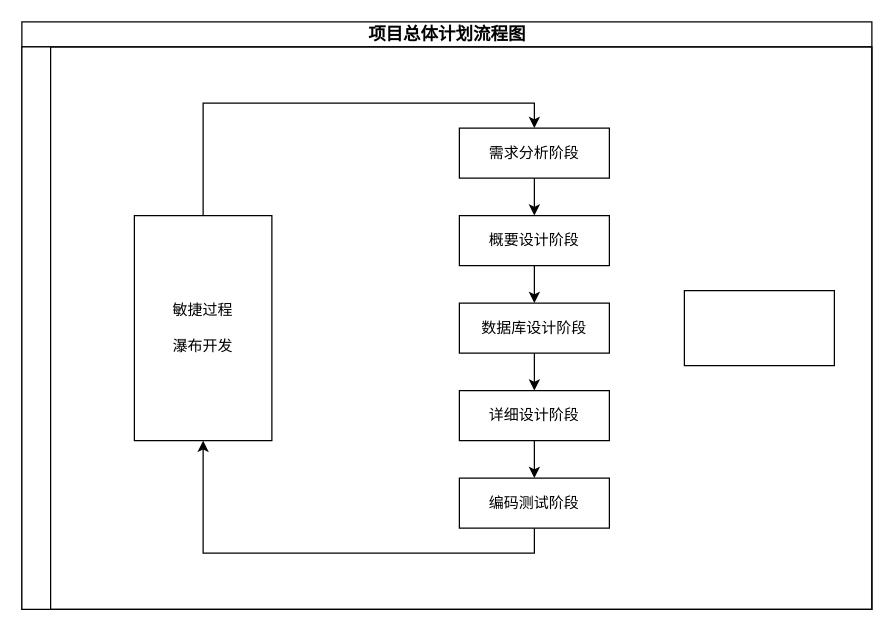
Before: 图书管理系统/library.drawio in eamonyuuzen/diagrams, a draw.io diagram. Source tidied: cells renumbered, new cells numbered last; positions are measured from the earlier drawing's top-left corner, leaving out a move shared by most shapes. Both pictures are drawn from the tidied source at 125%, with x=0, y=0 at pixel (21, 21).
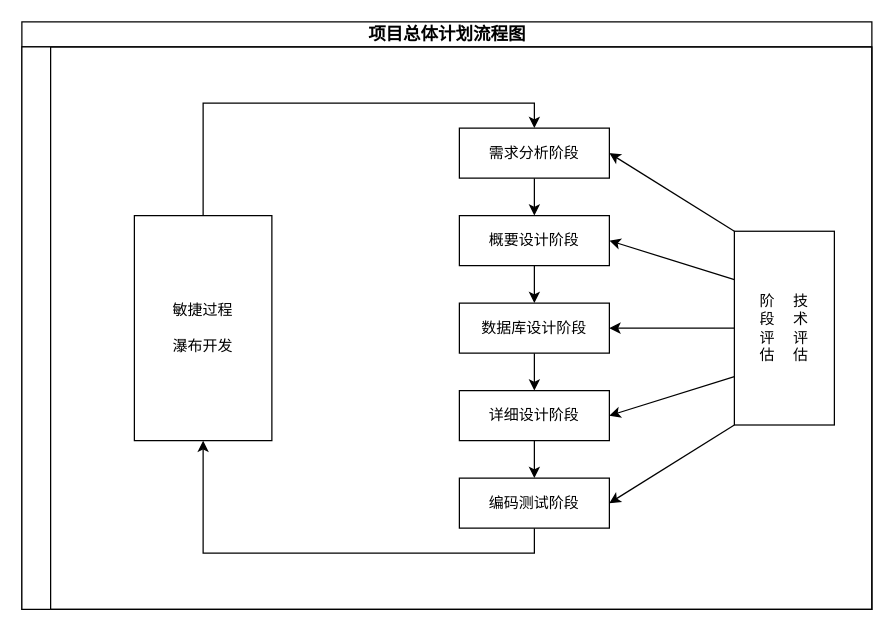
The same page after the edit.

Unchanged cells that the change refers to:
```xml
<mxCell id="3" style="swimlane;horizontal=0;whiteSpace=wrap;html=1;" parent="2" vertex="1">
  <mxGeometry y="20" width="680" height="450" as="geometry" />
</mxCell>
<mxCell id="5" value="概要设计阶段" style="rounded=0;whiteSpace=wrap;html=1;" parent="3" vertex="1">
  <mxGeometry x="350" y="135" width="120" height="40" as="geometry" />
</mxCell>
<mxCell id="7" value="需求分析阶段" style="rounded=0;whiteSpace=wrap;html=1;" parent="3" vertex="1">
  <mxGeometry x="350" y="65" width="120" height="40" as="geometry" />
</mxCell>
<mxCell id="9" value="数据库设计阶段" style="rounded=0;whiteSpace=wrap;html=1;" parent="3" vertex="1">
  <mxGeometry x="350" y="205" width="120" height="40" as="geometry" />
</mxCell>
<mxCell id="11" value="详细设计阶段" style="rounded=0;whiteSpace=wrap;html=1;" parent="3" vertex="1">
  <mxGeometry x="350" y="275" width="120" height="40" as="geometry" />
</mxCell>
<mxCell id="13" value="编码测试阶段" style="rounded=0;whiteSpace=wrap;html=1;" parent="3" vertex="1">
  <mxGeometry x="350" y="345" width="120" height="40" as="geometry" />
</mxCell>
```

Change to the diagram source:
```diff
@@
+    <mxCell id="17" style="rounded=0;jettySize=auto;html=1;exitX=0;exitY=0;exitDx=0;exitDy=0;entryX=1;entryY=0.5;entryDx=0;entryDy=0;" parent="3" edge="1" source="16" target="7">
+      <mxGeometry relative="1" as="geometry" />
+    </mxCell>
+    <mxCell id="18" style="rounded=0;jettySize=auto;html=1;exitX=0;exitY=0.25;exitDx=0;exitDy=0;entryX=1;entryY=0.5;entryDx=0;entryDy=0;" parent="3" edge="1" source="16" target="5">
+      <mxGeometry relative="1" as="geometry" />
+    </mxCell>
+    <mxCell id="19" style="rounded=0;jettySize=auto;html=1;exitX=0;exitY=0.75;exitDx=0;exitDy=0;entryX=1;entryY=0.5;entryDx=0;entryDy=0;" parent="3" edge="1" source="16" target="11">
+      <mxGeometry relative="1" as="geometry" />
+    </mxCell>
+    <mxCell id="20" style="rounded=0;jettySize=auto;html=1;exitX=0;exitY=1;exitDx=0;exitDy=0;entryX=1;entryY=0.5;entryDx=0;entryDy=0;" parent="3" edge="1" source="16" target="13">
+      <mxGeometry relative="1" as="geometry" />
+    </mxCell>
-    <mxCell id="16" style="rounded=0;whiteSpace=wrap;html=1;horizontal=1;" parent="3" vertex="1">
-      <mxGeometry x="530" y="195" width="120" height="60" as="geometry" />
+    <mxCell id="16" value="阶&lt;span style=&quot;white-space: pre;&quot;&gt;&#9;&lt;/span&gt;技&lt;br&gt;段&lt;span style=&quot;white-space: pre;&quot;&gt;&#9;&lt;/span&gt;术&lt;br&gt;评&lt;span style=&quot;white-space: pre;&quot;&gt;&#9;&lt;/span&gt;评&lt;br&gt;估&lt;span style=&quot;white-space: pre;&quot;&gt;&#9;&lt;/span&gt;估" style="rounded=0;whiteSpace=wrap;html=1;horizontal=1;rotation=0;" parent="3" vertex="1">
+      <mxGeometry x="570" y="147.5" width="80" height="155" as="geometry" />
     </mxCell>
+    <mxCell id="21" style="edgeStyle=orthogonalEdgeStyle;rounded=0;jettySize=auto;html=1;exitX=0;exitY=0.5;exitDx=0;exitDy=0;entryX=1;entryY=0.5;entryDx=0;entryDy=0;" parent="3" edge="1" source="16" target="9">
+      <mxGeometry relative="1" as="geometry" />
+    </mxCell>
```
